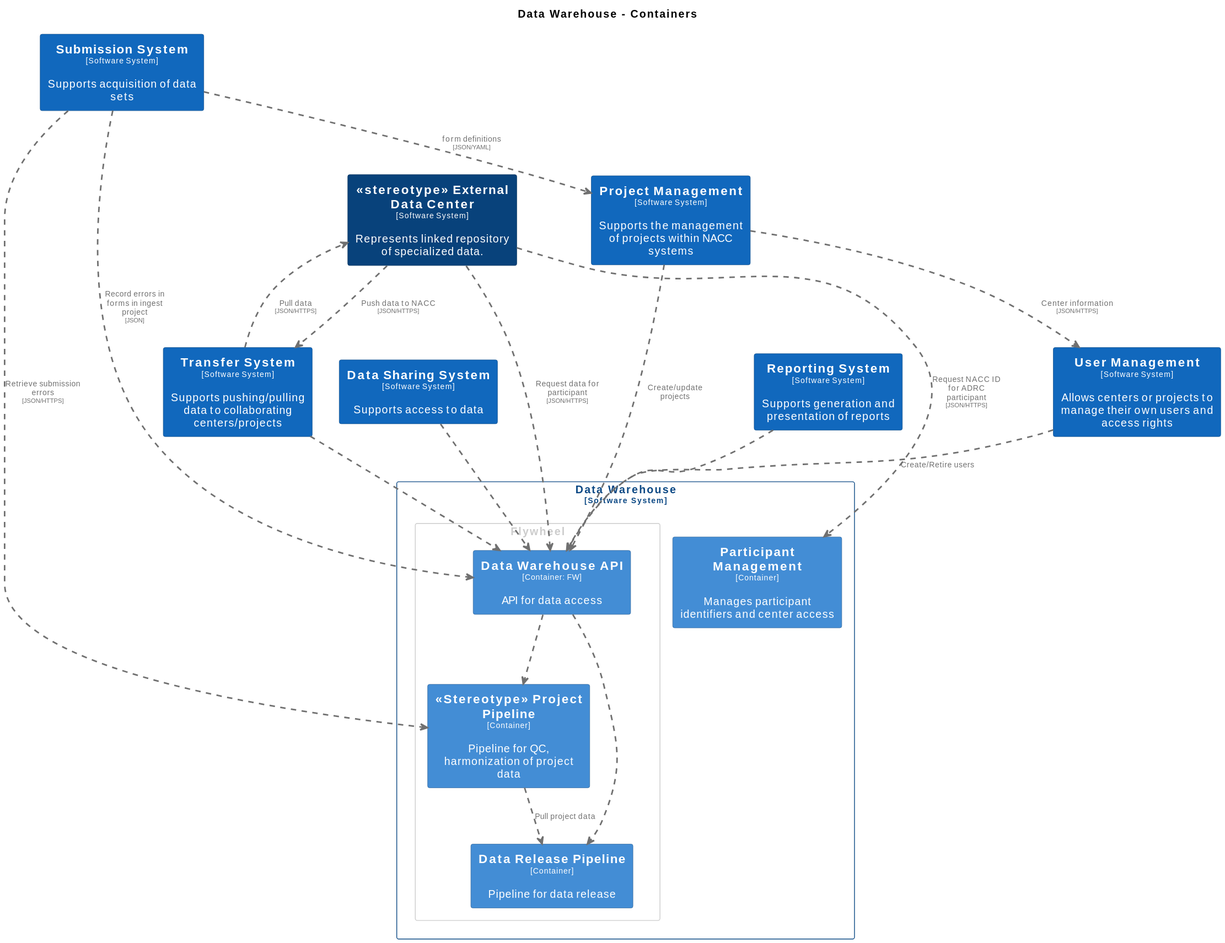
naccdata/system-design keeps this PlantUML diagram as docs/images/structurizr-WarehouseContainers.svg. Above is the earlier version.
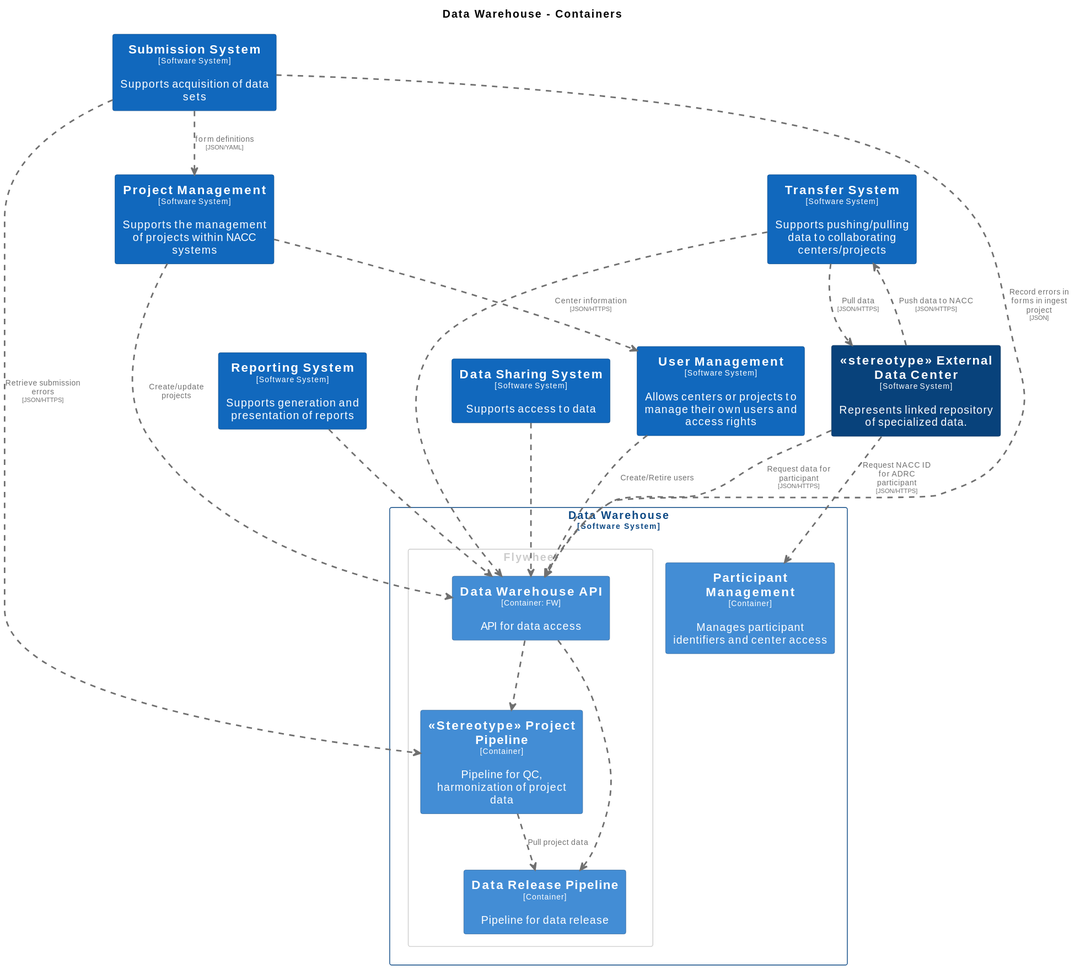
Above is the later version.

The edit, as a diff of the source:
```diff
@@ -71,12 +71,12 @@
 }
 
 rectangle "==Submission System\n<size:10>[Software System]</size>\n\nSupports acquisition of data sets" <<SubmissionSystem>> as SubmissionSystem
-rectangle "==Reporting System\n<size:10>[Software System]</size>\n\nSupports generation and presentation of reports" <<ReportingSystem>> as ReportingSystem
+rectangle "==Data Sharing System\n<size:10>[Software System]</size>\n\nSupports access to data" <<DataSharingSystem>> as DataSharingSystem
+rectangle "==Transfer System\n<size:10>[Software System]</size>\n\nSupports pushing/pulling data to collaborating centers/projects" <<TransferSystem>> as TransferSystem
 rectangle "==User Management\n<size:10>[Software System]</size>\n\nAllows centers or projects to manage their own users and access rights" <<UserManagement>> as UserManagement
 rectangle "==Project Management\n<size:10>[Software System]</size>\n\nSupports the management of projects within NACC systems" <<ProjectManagement>> as ProjectManagement
+rectangle "==Reporting System\n<size:10>[Software System]</size>\n\nSupports generation and presentation of reports" <<ReportingSystem>> as ReportingSystem
 rectangle "==<<stereotype>> External Data Center\n<size:10>[Software System]</size>\n\nRepresents linked repository of specialized data." <<stereotypeExternalDataCenter>> as stereotypeExternalDataCenter
-rectangle "==Data Sharing System\n<size:10>[Software System]</size>\n\nSupports access to data" <<DataSharingSystem>> as DataSharingSystem
-rectangle "==Transfer System\n<size:10>[Software System]</size>\n\nSupports pushing/pulling data to collaborating centers/projects" <<TransferSystem>> as TransferSystem
 
 rectangle "Data Warehouse\n<size:10>[Software System]</size>" <<DataWarehouse>> {
   skinparam RectangleBorderColor<<DataWarehouse>> #0b4884
```
